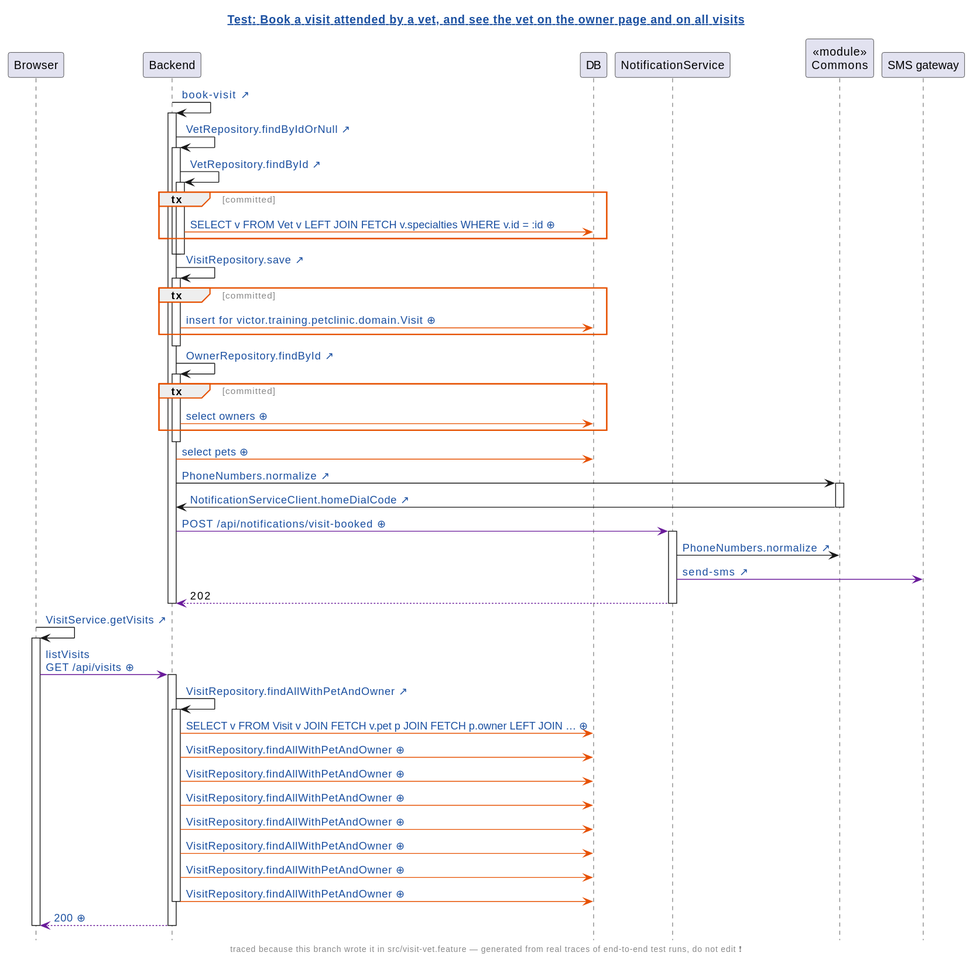
This is demo/demo/assets/diagrams/petclinic-test_generated_visit-vet.feature.book-a-visit-attended-by-a-vet-and-see-the-vet-on-the-owner-page-and-on-all-visits.genseq.new.svg from victorrentea/human-review, a PlantUML export, as it was before one commit.
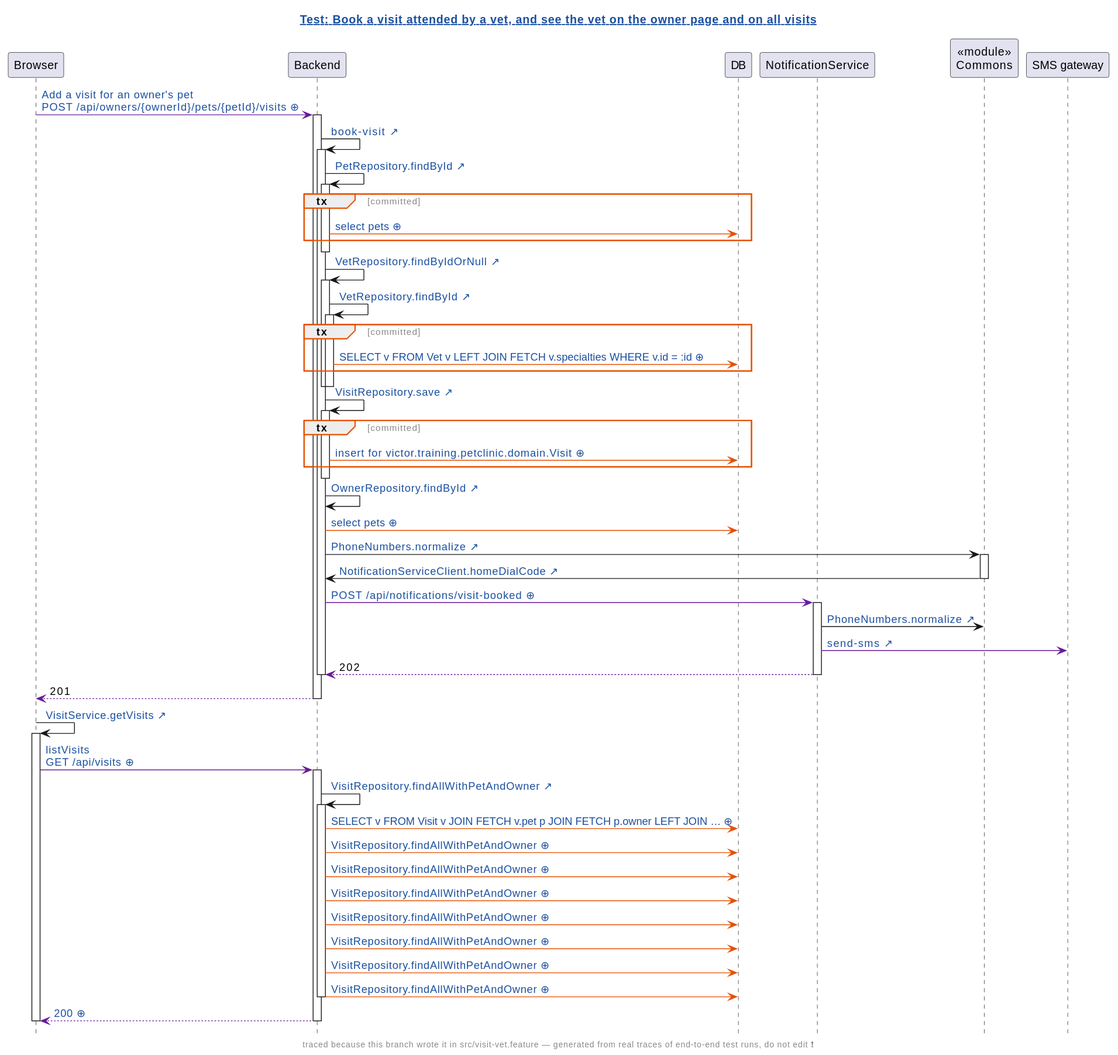
After the commit.

Diff of the diagram source:
```diff
@@ -18,8 +18,16 @@
 participant NotificationService
 participant "«module»\nCommons" as Commons
 participant "SMS gateway"
+Browser -[#6A1B9A]> Backend: [[genseq://0jegc7z{Click for the request as it was sent} Add a visit for an owner's pet\nPOST /api/owners/{ownerId}/pets/{petId}/visits ⊕]]
+activate Backend
 Backend -> Backend: [[src://petclinic-backend/src/main/java/victor/training/petclinic/rest/OwnerRestController.java:193{Click to open OwnerRestController.bookVisit} book-visit ↗]]
 activate Backend
+Backend -> Backend: [[src://petclinic-backend/src/main/java/victor/training/petclinic/repository/PetRepository.java:16{Click to open PetRepository.findById} PetRepository.findById ↗]]
+activate Backend
+group tx [committed]
+Backend -[#E65100]> DB: [[genseq://0y7w2ps{Click for the statement behind this call} select pets ⊕]]
+end
+deactivate Backend
 Backend -> Backend: [[src://petclinic-backend/src/main/java/victor/training/petclinic/repository/VetRepository.java:19{Click to open VetRepository.findByIdOrNull} VetRepository.findByIdOrNull ↗]]
 activate Backend
 Backend -> Backend: [[src://petclinic-backend/src/main/java/victor/training/petclinic/repository/VetRepository.java:16{Click to open VetRepository.findById} VetRepository.findById ↗]]
@@ -32,15 +40,10 @@
 Backend -> Backend: [[src://petclinic-backend/src/main/java/victor/training/petclinic/repository/VisitRepository.java:14{Click to open VisitRepository.save} VisitRepository.save ↗]]
 activate Backend
 group tx [committed]
-Backend -[#E65100]> DB: [[genseq://1f03izd{Click for the statement behind this call} insert for victor.training.petclinic.domain.Visit ⊕]]
+Backend -[#E65100]> DB: [[genseq://1cbkgdl{Click for the statement behind this call} insert for victor.training.petclinic.domain.Visit ⊕]]
 end
 deactivate Backend
 Backend -> Backend: [[src://petclinic-backend/src/main/java/victor/training/petclinic/repository/OwnerRepository.java:14{Click to open OwnerRepository.findById} OwnerRepository.findById ↗]]
-activate Backend
-group tx [committed]
-Backend -[#E65100]> DB: [[genseq://0x8aana{Click for the statement behind this call} select owners ⊕]]
-end
-deactivate Backend
 Backend -[#E65100]> DB: [[genseq://18567ho{Click for the statement behind this call} select pets ⊕]]
 Backend -> Commons: [[src://petclinic-commons/src/main/java/victor/training/commons/PhoneNumbers.java:14{Click to open PhoneNumbers.normalize} PhoneNumbers.normalize ↗]]
 activate Commons
@@ -53,22 +56,24 @@
 NotificationService -[#6A1B9A]-> Backend: 202
 deactivate NotificationService
 deactivate Backend
+Backend -[#6A1B9A]-> Browser: 201
+deactivate Backend
 Browser -> Browser: [[src://petclinic-frontend/src/app/visits/visits-page/visits-page.component.ts:21{Click to open the line that sent this request: visits-page.component.ts:21} VisitService.getVisits ↗]]
 activate Browser
-Browser -[#6A1B9A]> Backend: [[genseq://1myr631{Click for the request as it was sent} listVisits\nGET /api/visits ⊕]]
+Browser -[#6A1B9A]> Backend: [[genseq://14r2h25{Click for the request as it was sent} listVisits\nGET /api/visits ⊕]]
 activate Backend
 Backend -> Backend: [[src://petclinic-backend/src/main/java/victor/training/petclinic/repository/VisitRepository.java:19{Click to open VisitRepository.findAllWithPetAndOwner} VisitRepository.findAllWithPetAndOwner ↗]]
 activate Backend
-Backend -[#E65100]> DB: [[genseq://1706k1o{Click for the statement behind this call} SELECT v FROM Visit v JOIN FETCH v.pet p JOIN FETCH p.owner LEFT JOIN … ⊕]]
+Backend -[#E65100]> DB: [[genseq://17if9wv{Click for the statement behind this call} SELECT v FROM Visit v JOIN FETCH v.pet p JOIN FETCH p.owner LEFT JOIN … ⊕]]
+Backend -[#E65100]> DB: [[genseq://0xm9qzg{Click for the statement behind this call} VisitRepository.findAllWithPetAndOwner ⊕]]
+Backend -[#E65100]> DB: [[genseq://0g8ptx2{Click for the statement behind this call} VisitRepository.findAllWithPetAndOwner ⊕]]
+Backend -[#E65100]> DB: [[genseq://070fg5f{Click for the statement behind this call} VisitRepository.findAllWithPetAndOwner ⊕]]
 Backend -[#E65100]> DB: [[genseq://0cvbten{Click for the statement behind this call} VisitRepository.findAllWithPetAndOwner ⊕]]
-Backend -[#E65100]> DB: [[genseq://0xm9qzg{Click for the statement behind this call} VisitRepository.findAllWithPetAndOwner ⊕]]
-Backend -[#E65100]> DB: [[genseq://070fg5f{Click for the statement behind this call} VisitRepository.findAllWithPetAndOwner ⊕]]
+Backend -[#E65100]> DB: [[genseq://0i1m34t{Click for the statement behind this call} VisitRepository.findAllWithPetAndOwner ⊕]]
 Backend -[#E65100]> DB: [[genseq://1heb9yw{Click for the statement behind this call} VisitRepository.findAllWithPetAndOwner ⊕]]
-Backend -[#E65100]> DB: [[genseq://0g8ptx2{Click for the statement behind this call} VisitRepository.findAllWithPetAndOwner ⊕]]
-Backend -[#E65100]> DB: [[genseq://0i1m34t{Click for the statement behind this call} VisitRepository.findAllWithPetAndOwner ⊕]]
 Backend -[#E65100]> DB: [[genseq://094wceq{Click for the statement behind this call} VisitRepository.findAllWithPetAndOwner ⊕]]
 deactivate Backend
-Backend -[#6A1B9A]-> Browser: [[genseq://0p8wewa{Click for this call’s JSON body} 200 ⊕]]
+Backend -[#6A1B9A]-> Browser: [[genseq://04zd8u3{Click for this call’s JSON body} 200 ⊕]]
 deactivate Backend
 deactivate Browser
 @enduml
```
